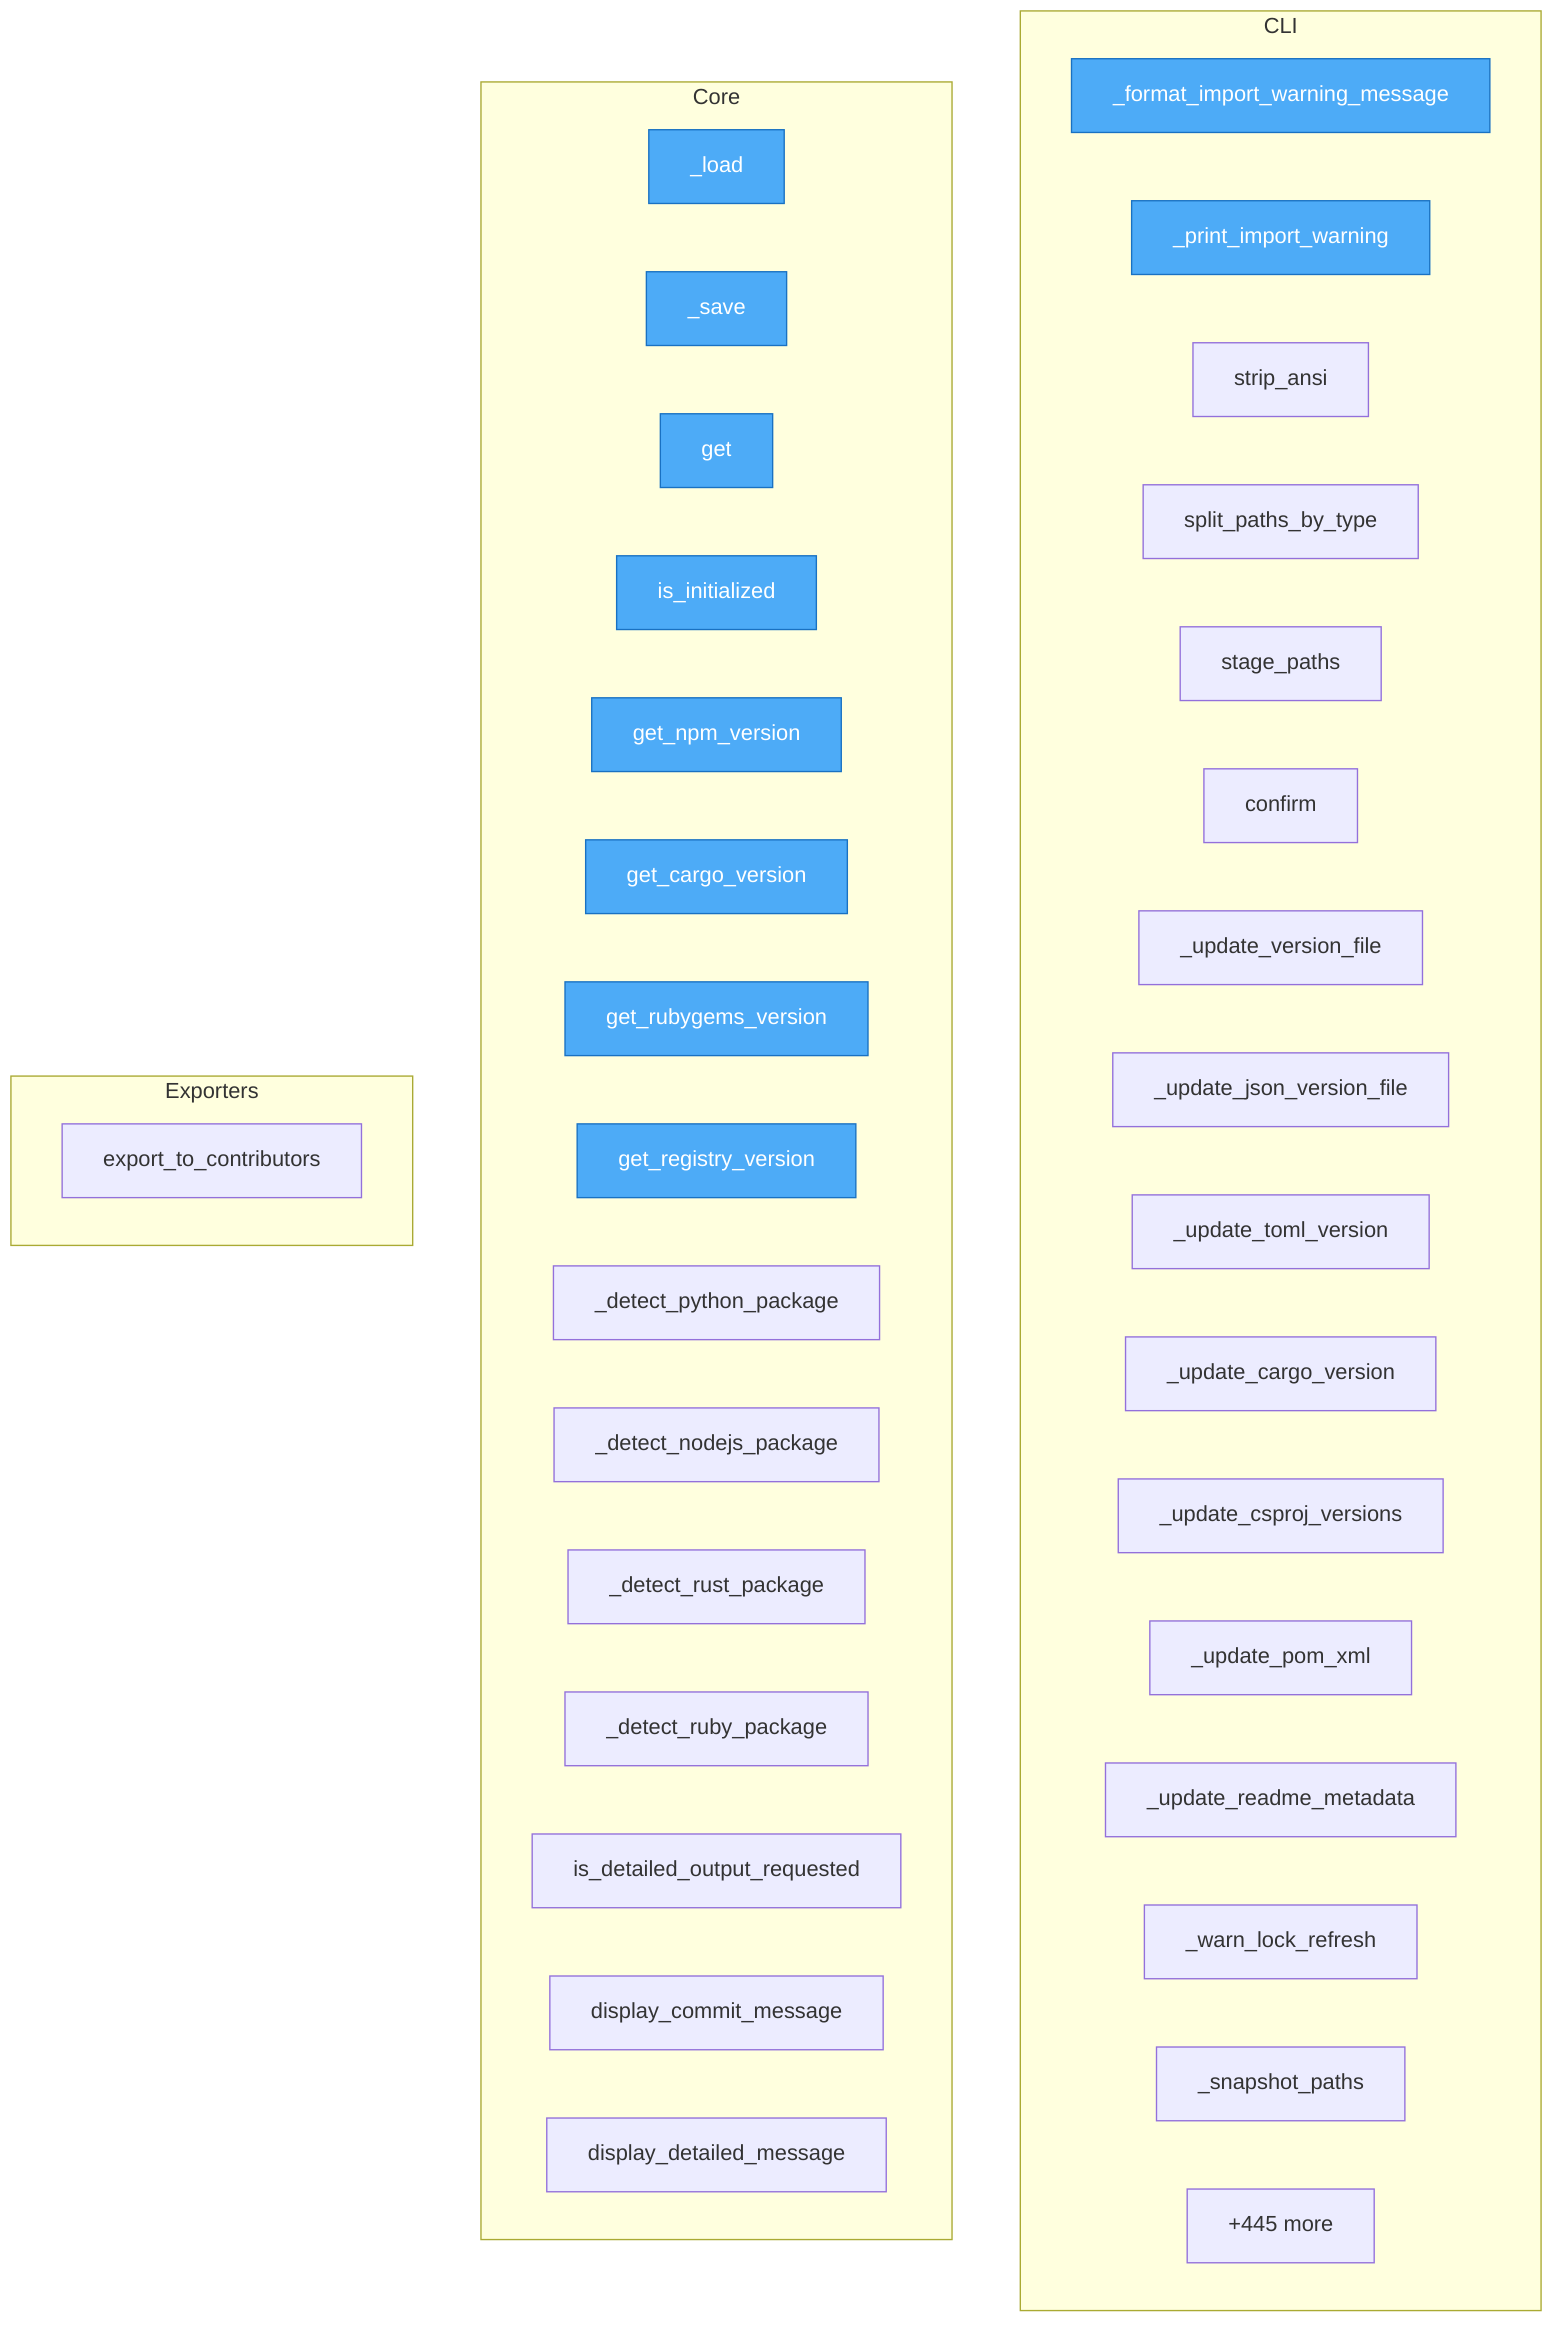
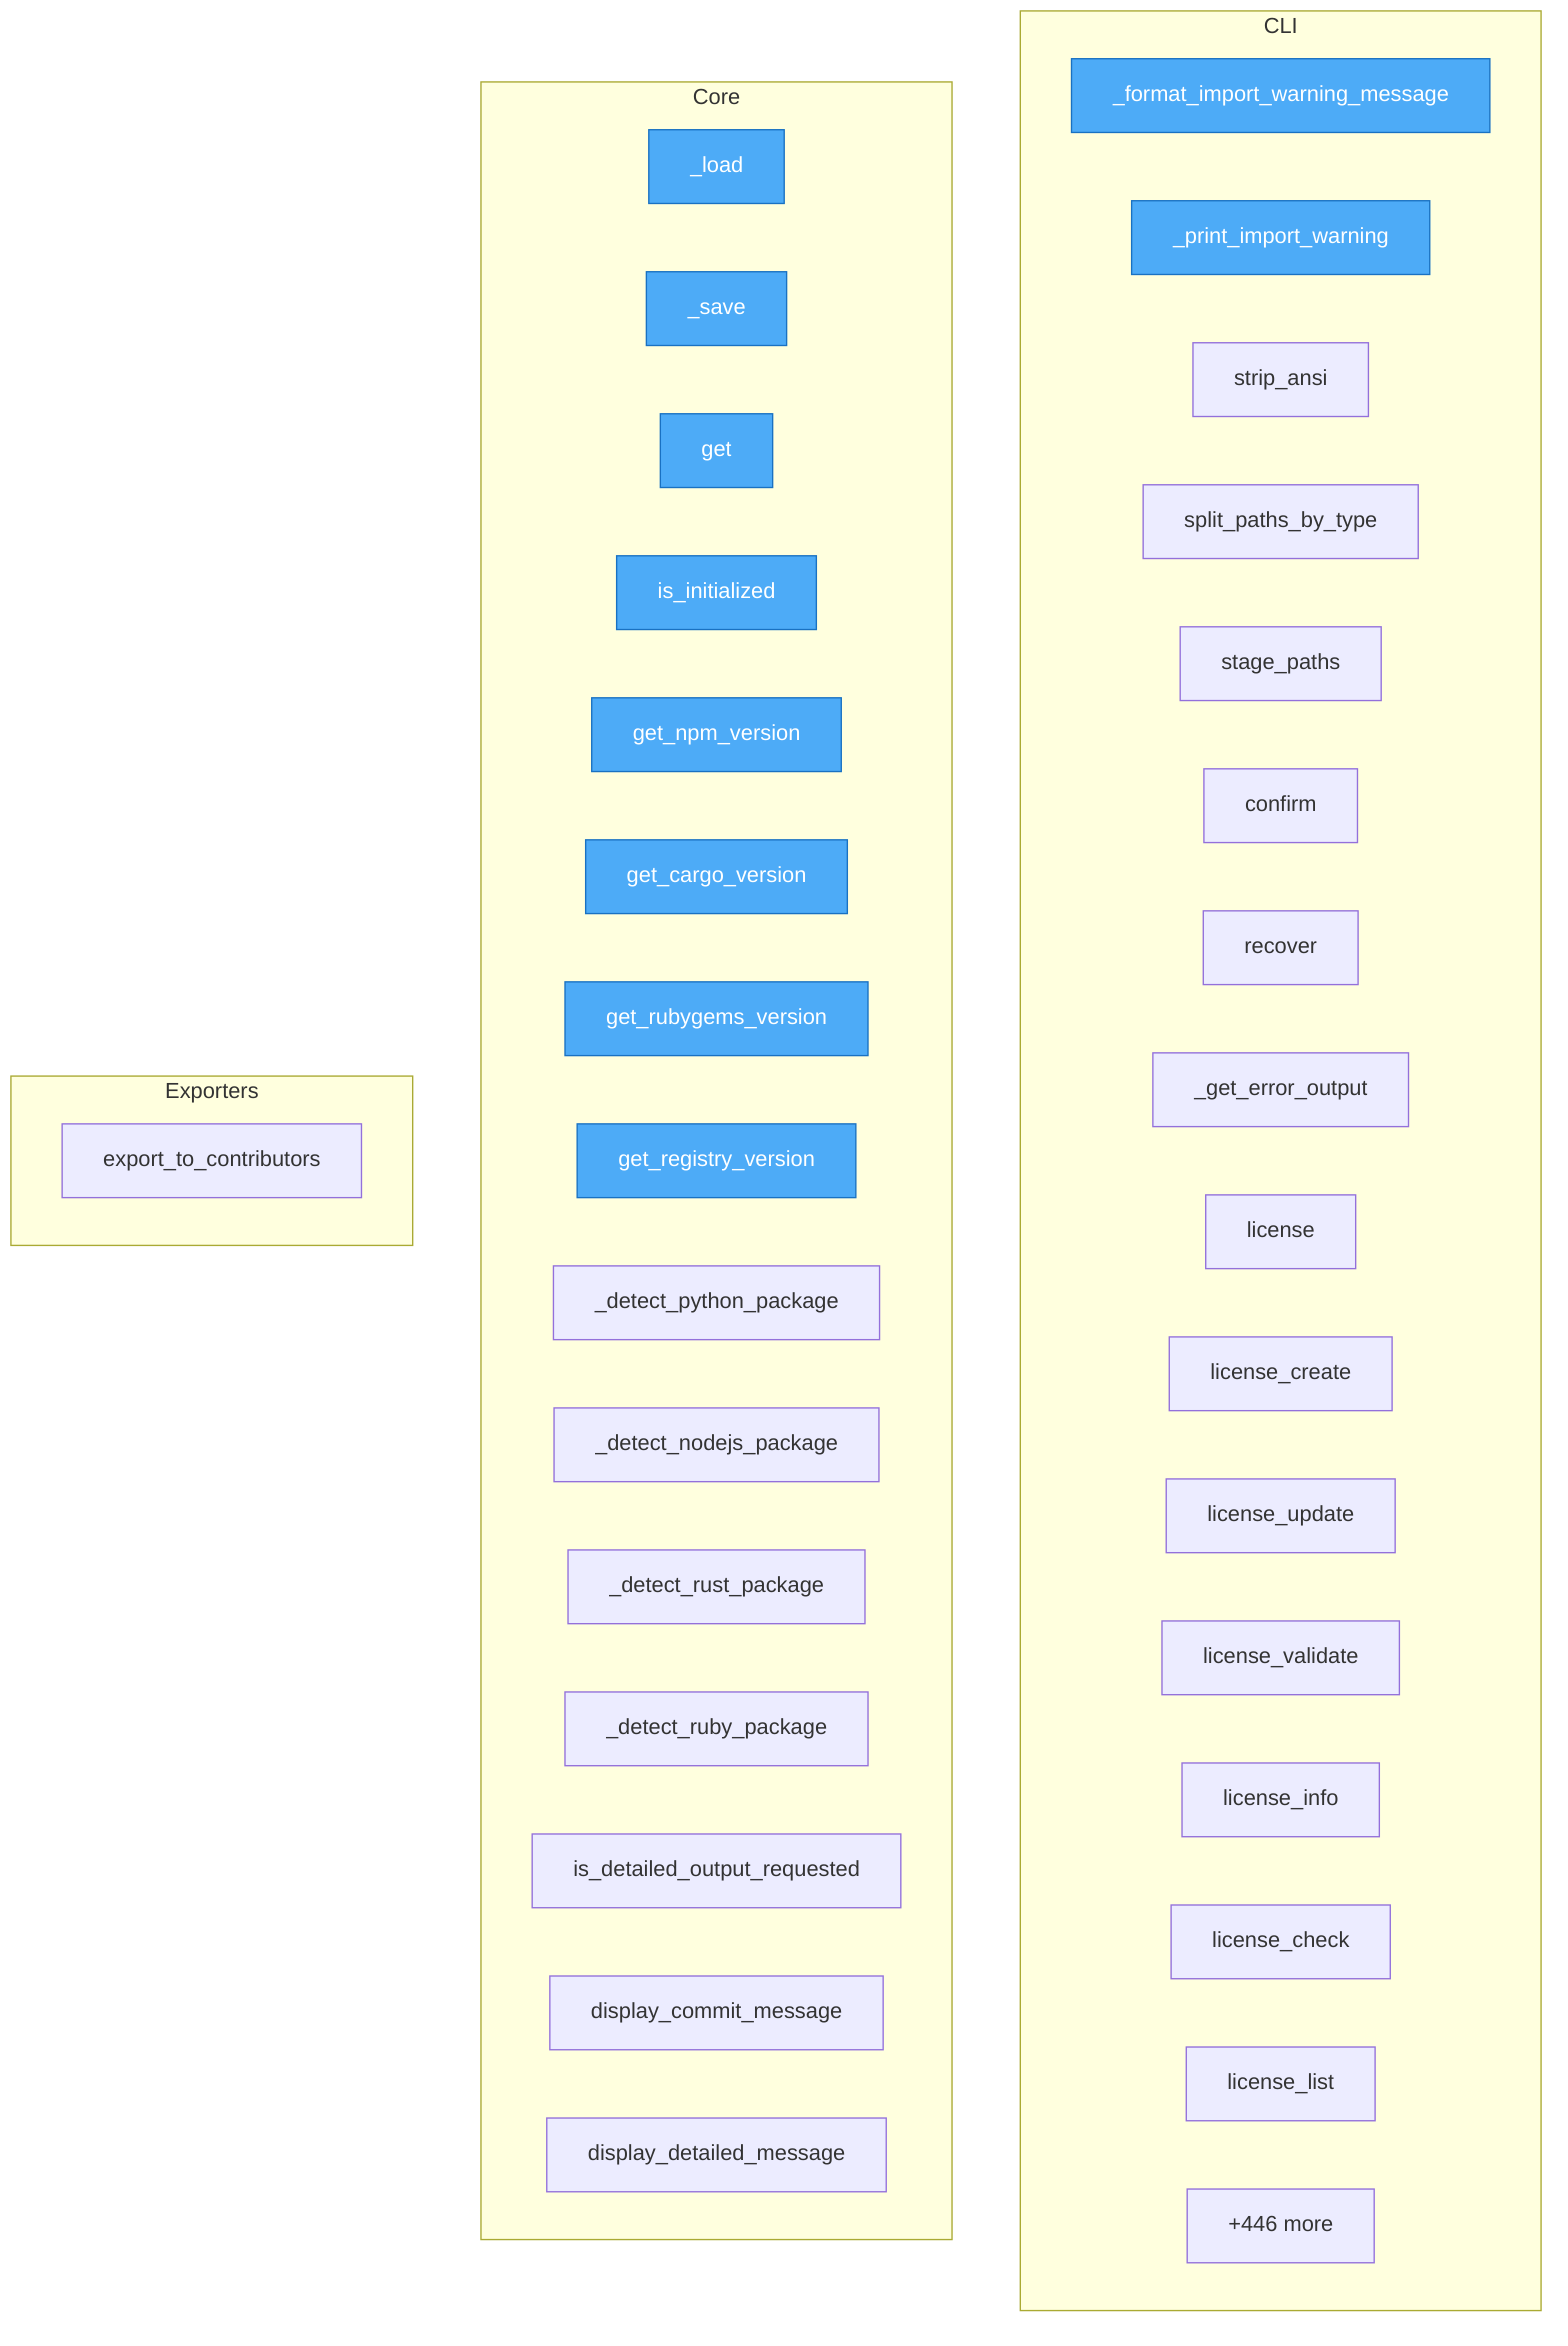
flowchart TD
- %% generated in 0.03s
+ %% generated in 0.02s

    %% Entry points (blue)
    classDef entry fill:#4dabf7,stroke:#1971c2,color:#fff

    subgraph CLI
        goal__cli___format_import_warning_message["_format_import_warning_message"]
        goal__cli___print_import_warning["_print_import_warning"]
        goal__cli_helpers__strip_ansi["strip_ansi"]
        goal__cli_helpers__split_paths_by_type["split_paths_by_type"]
        goal__cli_helpers__stage_paths["stage_paths"]
        goal__cli_helpers__confirm["confirm"]
-         goal__cli__version_sync___update_version_file["_update_version_file"]
-         goal__cli__version_sync___update_json_version_file["_update_json_version_file"]
-         goal__cli__version_sync___update_toml_version["_update_toml_version"]
-         goal__cli__version_sync___update_cargo_version["_update_cargo_version"]
-         goal__cli__version_sync___update_csproj_versions["_update_csproj_versions"]
-         goal__cli__version_sync___update_pom_xml["_update_pom_xml"]
-         goal__cli__version_sync___update_readme_metadata["_update_readme_metadata"]
-         goal__cli__version_sync___warn_lock_refresh["_warn_lock_refresh"]
-         goal__cli__version_sync___snapshot_paths["_snapshot_paths"]
-         ...["+147 more"]
+         goal__cli__recover_cmd__recover["recover"]
+         goal__cli__recover_cmd___get_error_output["_get_error_output"]
+         goal__cli__license_cmd__license["license"]
+         goal__cli__license_cmd__license_create["license_create"]
+         goal__cli__license_cmd__license_update["license_update"]
+         goal__cli__license_cmd__license_validate["license_validate"]
+         goal__cli__license_cmd__license_info["license_info"]
+         goal__cli__license_cmd__license_check["license_check"]
+         goal__cli__license_cmd__license_list["license_list"]
+         ...["+160 more"]
    end

    subgraph Core
        goal__user_config__UserConfig___load["_load"]
        goal__user_config__UserConfig___save["_save"]
        goal__user_config__UserConfig__get["get"]
        goal__user_config__UserConfig__is_initialized["is_initialized"]
        goal__version_validation__get_npm_version["get_npm_version"]
        goal__version_validation__get_cargo_version["get_cargo_version"]
        goal__version_validation__get_rubygems_version["get_rubygems_version"]
        goal__version_validation__get_registry_version["get_registry_version"]
        goal__version_validation___detect_python_package["_detect_python_package"]
        goal__version_validation___detect_nodejs_package["_detect_nodejs_package"]
        goal__version_validation___detect_rust_package["_detect_rust_package"]
        goal__version_validation___detect_ruby_package["_detect_ruby_package"]
        goal__commit_generator__is_detailed_output_requested["is_detailed_output_requested"]
        goal__commit_generator__display_commit_message["display_commit_message"]
        goal__commit_generator__display_detailed_message["display_detailed_message"]
-         ...["+445 more"]
+         ...["+446 more"]
    end

    subgraph Exporters
        goal__authors__manager__AuthorsManager__export_to_contributors["export_to_contributors"]
    end

    class goal__cli___format_import_warning_message,goal__cli___print_import_warning,goal__user_config__UserConfig___load,goal__user_config__UserConfig___save,goal__user_config__UserConfig__get,goal__user_config__UserConfig__is_initialized,goal__version_validation__get_npm_version,goal__version_validation__get_cargo_version,goal__version_validation__get_rubygems_version,goal__version_validation__get_registry_version entry
